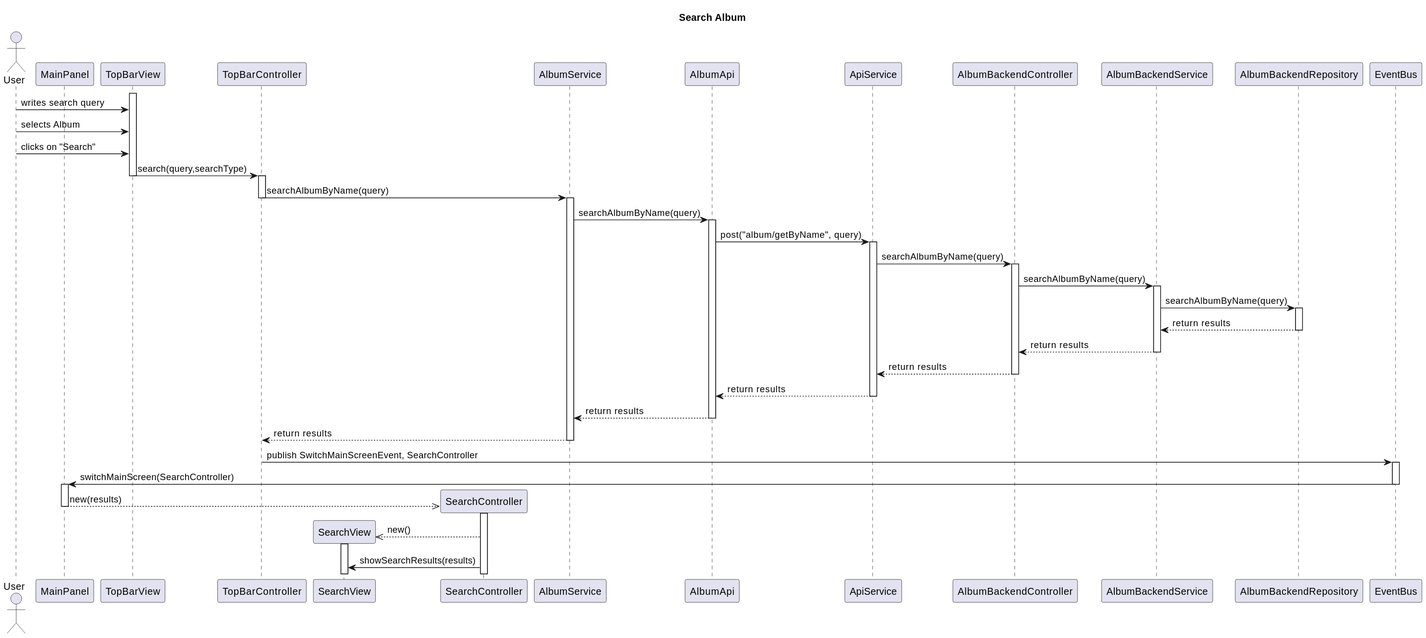
Before: Paradoteo_4/SequenceDiagrams-v0.3/SearchAlbum.svg, a diagram exported from PlantUML (RubenKingCP/Tunix). Its diagram source:
```plantuml
@startuml
title Search Album

actor User

participant MainPanel
participant TopBarView
participant TopBarController
participant SearchView
participant SearchController
participant AlbumService
participant AlbumApi
participant ApiService
participant AlbumBackendController
participant AlbumBackendService
participant AlbumBackendRepository


participant EventBus

activate TopBarView
User -> TopBarView : writes search query
User -> TopBarView : selects Album
User -> TopBarView : clicks on "Search"
TopBarView -> TopBarController : search(query,searchType)
deactivate TopBarView
activate TopBarController
TopBarController -> AlbumService : searchAlbumByName(query)
deactivate TopBarController
activate AlbumService
AlbumService -> AlbumApi : searchAlbumByName(query)
activate AlbumApi
AlbumApi -> ApiService : post("album/getByName", query)
activate ApiService
ApiService -> AlbumBackendController : searchAlbumByName(query)
activate AlbumBackendController
AlbumBackendController -> AlbumBackendService : searchAlbumByName(query)
activate AlbumBackendService
AlbumBackendService -> AlbumBackendRepository : searchAlbumByName(query)
activate AlbumBackendRepository
AlbumBackendRepository --> AlbumBackendService : return results
deactivate AlbumBackendRepository
AlbumBackendService --> AlbumBackendController : return results
deactivate AlbumBackendService
AlbumBackendController --> ApiService : return results
deactivate AlbumBackendController
ApiService --> AlbumApi : return results
deactivate ApiService
AlbumApi --> AlbumService : return results
deactivate AlbumApi
AlbumService --> TopBarController : return results
deactivate AlbumService
TopBarController -> EventBus : publish SwitchMainScreenEvent, SearchController
activate EventBus
EventBus -> MainPanel : switchMainScreen(SearchController)
deactivate EventBus
activate MainPanel
create SearchController
MainPanel -->> SearchController : new(results)
deactivate MainPanel
activate SearchController
create SearchView
SearchController -->> SearchView : new()
activate SearchView
SearchController -> SearchView : showSearchResults(results)
@enduml
```
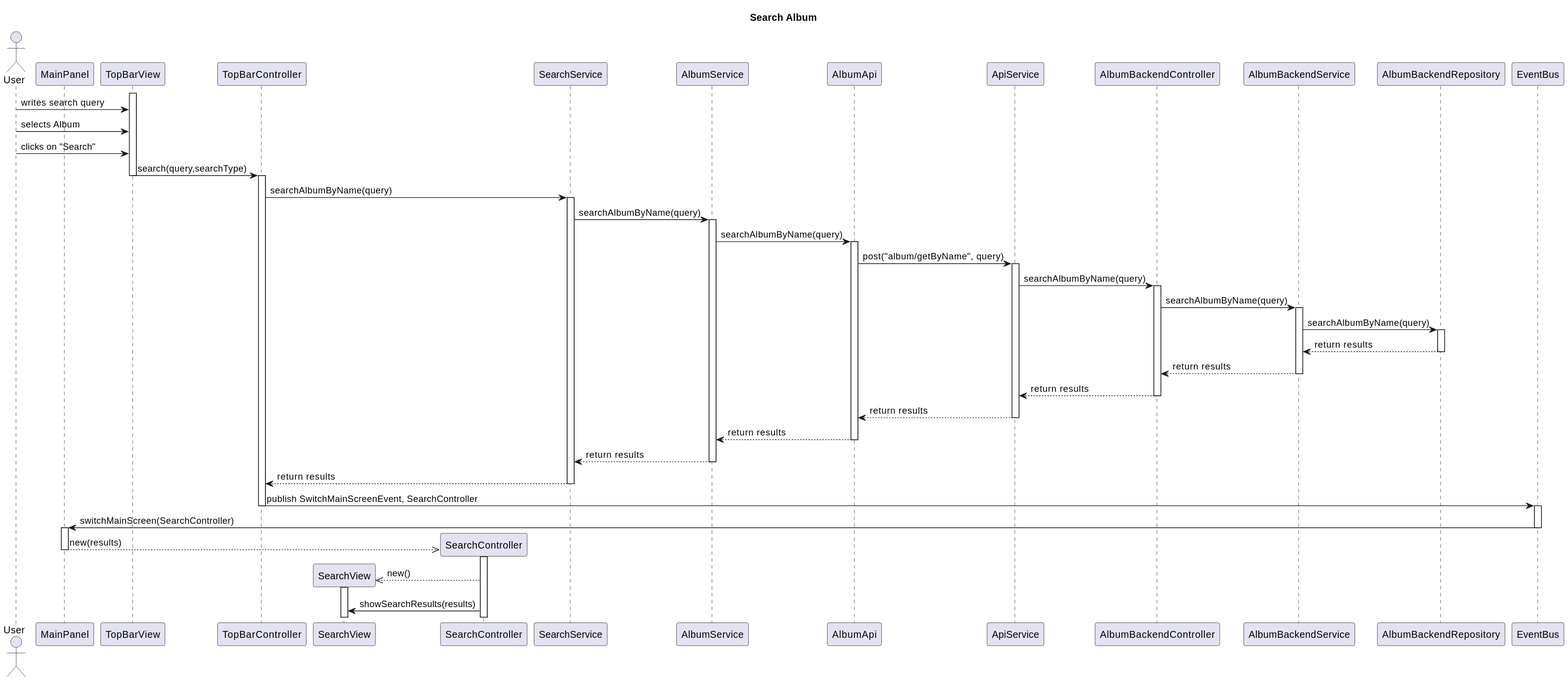
After the commit.

What changed in the source:
```diff
@@ -8,6 +8,7 @@
 participant TopBarController
 participant SearchView
 participant SearchController
+participant SearchService
 participant AlbumService
 participant AlbumApi
 participant ApiService
@@ -25,8 +26,9 @@
 TopBarView -> TopBarController : search(query,searchType)
 deactivate TopBarView
 activate TopBarController
-TopBarController -> AlbumService : searchAlbumByName(query)
-deactivate TopBarController
+TopBarController -> SearchService : searchAlbumByName(query)
+activate SearchService
+SearchService -> AlbumService : searchAlbumByName(query)
 activate AlbumService
 AlbumService -> AlbumApi : searchAlbumByName(query)
 activate AlbumApi
@@ -48,9 +50,12 @@
 deactivate ApiService
 AlbumApi --> AlbumService : return results
 deactivate AlbumApi
-AlbumService --> TopBarController : return results
+AlbumService --> SearchService : return results
 deactivate AlbumService
+SearchService --> TopBarController : return results
+deactivate SearchService
 TopBarController -> EventBus : publish SwitchMainScreenEvent, SearchController
+deactivate TopBarController
 activate EventBus
 EventBus -> MainPanel : switchMainScreen(SearchController)
 deactivate EventBus
```
